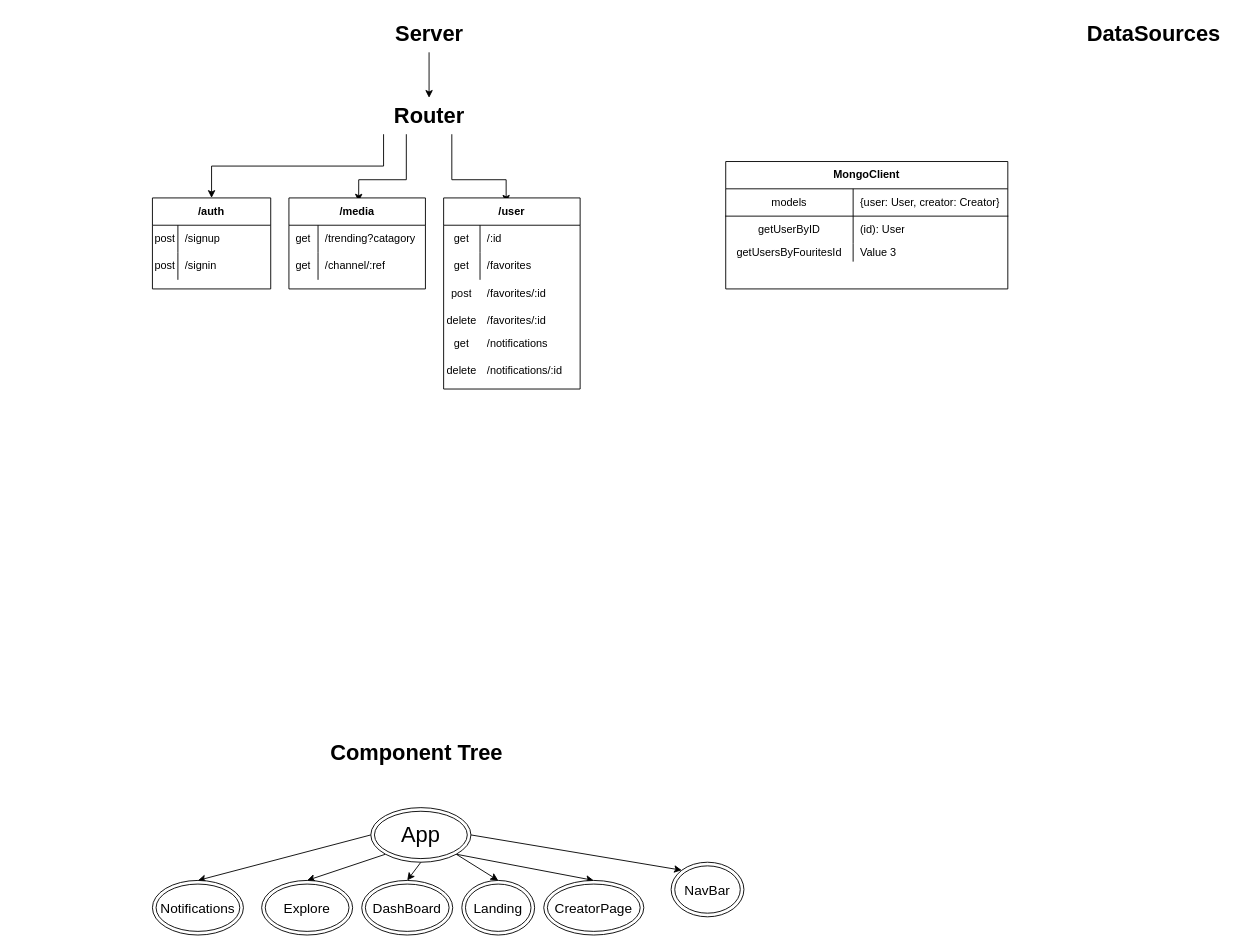
ameliawalcek/WEBOX keeps this draw.io diagram as webox.drawio. Above is the earlier version. Source tidied: cells renumbered, new cells numbered last; positions are measured from the earlier drawing's top-left corner, leaving out a move shared by most shapes. Both pictures are drawn from the tidied source at 91%, with x=0, y=0 at pixel (152, 15).
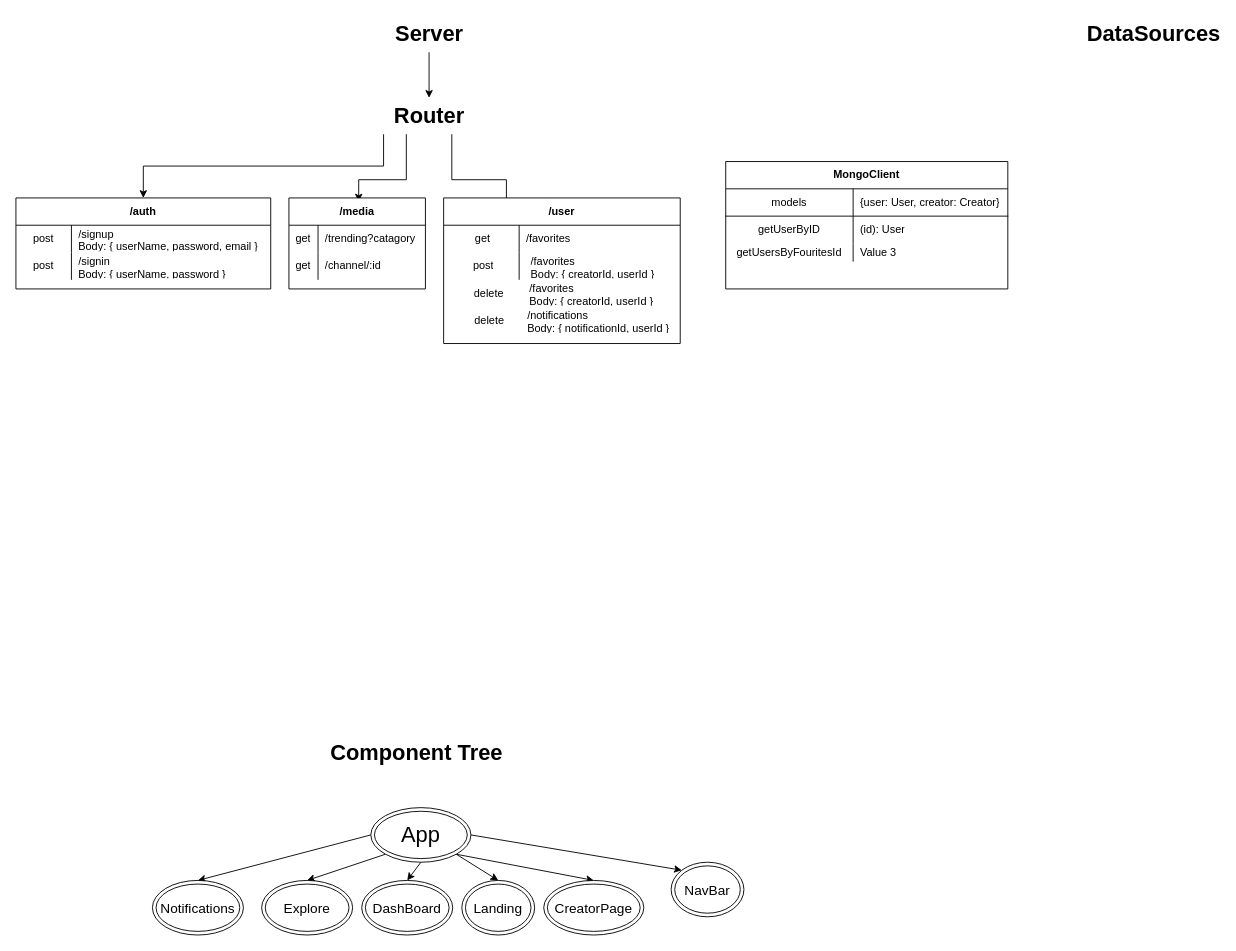
After the change.

The change refers to these unchanged cells:
```xml
<mxCell id="19" style="shape=partialRectangle;html=1;whiteSpace=wrap;fillColor=none;top=0;left=0;bottom=0;right=0;" parent="15" vertex="1">
  <mxGeometry y="60" width="150" height="30" as="geometry" />
</mxCell>
```

What changed in the source:
```diff
@@
     <mxCell id="8" value="/auth" style="shape=table;html=1;whiteSpace=wrap;startSize=30;childLayout=tableLayout;rowLines=0;fontStyle=1;align=center;" parent="1" vertex="1">
-      <mxGeometry y="200" width="130" height="100" as="geometry" />
+      <mxGeometry x="-150" y="200" width="280" height="100" as="geometry" />
     </mxCell>
     <mxCell id="9" style="shape=partialRectangle;html=1;whiteSpace=wrap;fillColor=none;top=0;left=0;bottom=0;right=0;" parent="8" vertex="1">
-      <mxGeometry y="30" width="130" height="30" as="geometry" />
+      <mxGeometry y="30" width="280" height="30" as="geometry" />
     </mxCell>
     <mxCell id="10" value="post" style="shape=partialRectangle;html=1;whiteSpace=wrap;fillColor=none;top=0;left=0;bottom=0;right=0;overflow=hidden;" parent="9" vertex="1">
-      <mxGeometry width="28" height="30" as="geometry" />
+      <mxGeometry width="61" height="30" as="geometry" />
     </mxCell>
-    <mxCell id="11" value="/signup" style="shape=partialRectangle;html=1;whiteSpace=wrap;fillColor=none;top=0;left=0;bottom=0;right=0;align=left;spacingLeft=6;overflow=hidden;" parent="9" vertex="1">
-      <mxGeometry x="28" width="102" height="30" as="geometry" />
+    <mxCell id="11" value="/signup&lt;br&gt;Body: { userName, password, email }" style="shape=partialRectangle;html=1;whiteSpace=wrap;fillColor=none;top=0;left=0;bottom=0;right=0;align=left;spacingLeft=6;overflow=hidden;" parent="9" vertex="1">
+      <mxGeometry x="61" width="219" height="30" as="geometry" />
     </mxCell>
     <mxCell id="12" style="shape=partialRectangle;html=1;whiteSpace=wrap;fillColor=none;top=0;left=0;bottom=0;right=0;" parent="8" vertex="1">
-      <mxGeometry y="60" width="130" height="30" as="geometry" />
+      <mxGeometry y="60" width="280" height="30" as="geometry" />
     </mxCell>
     <mxCell id="13" value="post" style="shape=partialRectangle;html=1;whiteSpace=wrap;fillColor=none;top=0;left=0;bottom=0;right=0;overflow=hidden;" parent="12" vertex="1">
-      <mxGeometry width="28" height="30" as="geometry" />
+      <mxGeometry width="61" height="30" as="geometry" />
     </mxCell>
-    <mxCell id="14" value="/signin" style="shape=partialRectangle;html=1;whiteSpace=wrap;fillColor=none;top=0;left=0;bottom=0;right=0;align=left;spacingLeft=6;overflow=hidden;" parent="12" vertex="1">
-      <mxGeometry x="28" width="102" height="30" as="geometry" />
+    <mxCell id="14" value="/signin&lt;br&gt;Body: { userName, password }" style="shape=partialRectangle;html=1;whiteSpace=wrap;fillColor=none;top=0;left=0;bottom=0;right=0;align=left;spacingLeft=6;overflow=hidden;" parent="12" vertex="1">
+      <mxGeometry x="61" width="219" height="30" as="geometry" />
     </mxCell>
@@
-    <mxCell id="21" value="/channel/:ref" style="shape=partialRectangle;html=1;whiteSpace=wrap;fillColor=none;top=0;left=0;bottom=0;right=0;align=left;spacingLeft=6;overflow=hidden;" parent="19" vertex="1">
+    <mxCell id="21" value="/channel/:id" style="shape=partialRectangle;html=1;whiteSpace=wrap;fillColor=none;top=0;left=0;bottom=0;right=0;align=left;spacingLeft=6;overflow=hidden;" parent="19" vertex="1">
       <mxGeometry x="32" width="118" height="30" as="geometry" />
     </mxCell>
@@
-    <mxCell id="34" value="/user" style="shape=table;html=1;whiteSpace=wrap;startSize=30;childLayout=tableLayout;rowLines=0;fontStyle=1;align=center;" parent="1" vertex="1">
-      <mxGeometry x="320" y="200" width="150" height="210" as="geometry" />
-    </mxCell>
-    <mxCell id="35" style="shape=partialRectangle;html=1;whiteSpace=wrap;fillColor=none;top=0;left=0;bottom=0;right=0;" parent="34" vertex="1">
-      <mxGeometry y="30" width="150" height="30" as="geometry" />
-    </mxCell>
-    <mxCell id="36" value="get" style="shape=partialRectangle;html=1;whiteSpace=wrap;fillColor=none;top=0;left=0;bottom=0;right=0;overflow=hidden;" parent="35" vertex="1">
-      <mxGeometry width="40" height="30" as="geometry" />
-    </mxCell>
-    <mxCell id="37" value="/:id" style="shape=partialRectangle;html=1;whiteSpace=wrap;fillColor=none;top=0;left=0;bottom=0;right=0;align=left;spacingLeft=6;overflow=hidden;" parent="35" vertex="1">
-      <mxGeometry x="40" width="110" height="30" as="geometry" />
-    </mxCell>
-    <mxCell id="38" style="shape=partialRectangle;html=1;whiteSpace=wrap;fillColor=none;top=0;left=0;bottom=0;right=0;" parent="34" vertex="1">
-      <mxGeometry y="60" width="150" height="30" as="geometry" />
-    </mxCell>
-    <mxCell id="39" value="get" style="shape=partialRectangle;html=1;whiteSpace=wrap;fillColor=none;top=0;left=0;bottom=0;right=0;overflow=hidden;" parent="38" vertex="1">
-      <mxGeometry width="40" height="30" as="geometry" />
-    </mxCell>
-    <mxCell id="40" value="/favorites" style="shape=partialRectangle;html=1;whiteSpace=wrap;fillColor=none;top=0;left=0;bottom=0;right=0;align=left;spacingLeft=6;overflow=hidden;" parent="38" vertex="1">
-      <mxGeometry x="40" width="110" height="30" as="geometry" />
-    </mxCell>
-    <mxCell id="41" style="shape=partialRectangle;html=1;whiteSpace=wrap;fillColor=none;top=0;left=0;bottom=0;right=0;" parent="1" vertex="1">
-      <mxGeometry x="320" y="345" width="150" height="30" as="geometry" />
-    </mxCell>
-    <mxCell id="42" value="get" style="shape=partialRectangle;html=1;whiteSpace=wrap;fillColor=none;top=0;left=0;bottom=0;right=0;overflow=hidden;" parent="41" vertex="1">
-      <mxGeometry width="40" height="30" as="geometry" />
-    </mxCell>
-    <mxCell id="43" value="/notifications" style="shape=partialRectangle;html=1;whiteSpace=wrap;fillColor=none;top=0;left=0;bottom=0;right=0;align=left;spacingLeft=6;overflow=hidden;" parent="41" vertex="1">
-      <mxGeometry x="40" width="118" height="30" as="geometry" />
-    </mxCell>
     <mxCell id="44" style="shape=partialRectangle;html=1;whiteSpace=wrap;fillColor=none;top=0;left=0;bottom=0;right=0;" parent="1" vertex="1">
-      <mxGeometry x="320" y="290" width="150" height="30" as="geometry" />
+      <mxGeometry x="320" y="260" width="330" height="30" as="geometry" />
     </mxCell>
     <mxCell id="45" value="post" style="shape=partialRectangle;html=1;whiteSpace=wrap;fillColor=none;top=0;left=0;bottom=0;right=0;overflow=hidden;" parent="44" vertex="1">
-      <mxGeometry width="40" height="30" as="geometry" />
+      <mxGeometry width="88" height="30" as="geometry" />
     </mxCell>
-    <mxCell id="46" value="/favorites/:id" style="shape=partialRectangle;html=1;whiteSpace=wrap;fillColor=none;top=0;left=0;bottom=0;right=0;align=left;spacingLeft=6;overflow=hidden;" parent="44" vertex="1">
-      <mxGeometry x="40" width="118" height="30" as="geometry" />
+    <mxCell id="46" value="/favorites&lt;br&gt;Body: { creatorId, userId }" style="shape=partialRectangle;html=1;whiteSpace=wrap;fillColor=none;top=0;left=0;bottom=0;right=0;align=left;spacingLeft=6;overflow=hidden;" parent="44" vertex="1">
+      <mxGeometry x="88" width="259.6" height="30" as="geometry" />
     </mxCell>
     <mxCell id="47" style="shape=partialRectangle;html=1;whiteSpace=wrap;fillColor=none;top=0;left=0;bottom=0;right=0;" parent="1" vertex="1">
-      <mxGeometry x="320" y="320" width="150" height="30" as="geometry" />
+      <mxGeometry x="350" y="290" width="320" height="30" as="geometry" />
     </mxCell>
@@
-    <mxCell id="49" value="/favorites/:id" style="shape=partialRectangle;html=1;whiteSpace=wrap;fillColor=none;top=0;left=0;bottom=0;right=0;align=left;spacingLeft=6;overflow=hidden;" parent="47" vertex="1">
-      <mxGeometry x="40" width="118" height="30" as="geometry" />
+    <mxCell id="49" value="&amp;nbsp; &amp;nbsp; &amp;nbsp;/favorites&lt;br&gt;&amp;nbsp; &amp;nbsp; &amp;nbsp;Body: { creatorId, userId }" style="shape=partialRectangle;html=1;whiteSpace=wrap;fillColor=none;top=0;left=0;bottom=0;right=0;align=left;spacingLeft=6;overflow=hidden;" parent="47" vertex="1">
+      <mxGeometry x="40" width="280" height="30" as="geometry" />
     </mxCell>
     <mxCell id="50" style="shape=partialRectangle;html=1;whiteSpace=wrap;fillColor=none;top=0;left=0;bottom=0;right=0;" parent="1" vertex="1">
-      <mxGeometry x="320" y="375" width="150" height="30" as="geometry" />
+      <mxGeometry x="340" y="320" width="230" height="30" as="geometry" />
     </mxCell>
     <mxCell id="51" value="delete" style="shape=partialRectangle;html=1;whiteSpace=wrap;fillColor=none;top=0;left=0;bottom=0;right=0;overflow=hidden;" parent="50" vertex="1">
-      <mxGeometry width="40" height="30" as="geometry" />
+      <mxGeometry width="61.3" height="30" as="geometry" />
     </mxCell>
-    <mxCell id="52" value="/notifications/:id" style="shape=partialRectangle;html=1;whiteSpace=wrap;fillColor=none;top=0;left=0;bottom=0;right=0;align=left;spacingLeft=6;overflow=hidden;" parent="50" vertex="1">
-      <mxGeometry x="40" width="118" height="30" as="geometry" />
+    <mxCell id="52" value="&amp;nbsp;/notifications&lt;br&gt;&amp;nbsp;Body: { notificationId, userId }" style="shape=partialRectangle;html=1;whiteSpace=wrap;fillColor=none;top=0;left=0;bottom=0;right=0;align=left;spacingLeft=6;overflow=hidden;" parent="50" vertex="1">
+      <mxGeometry x="61.3" width="180.9" height="30" as="geometry" />
     </mxCell>
+    <mxCell id="34" value="/user" style="shape=table;html=1;whiteSpace=wrap;startSize=30;childLayout=tableLayout;rowLines=0;fontStyle=1;align=center;" parent="1" vertex="1">
+      <mxGeometry x="320" y="200" width="260" height="160" as="geometry" />
+    </mxCell>
+    <mxCell id="38" style="shape=partialRectangle;html=1;whiteSpace=wrap;fillColor=none;top=0;left=0;bottom=0;right=0;" parent="34" vertex="1">
+      <mxGeometry y="30" width="260" height="30" as="geometry" />
+    </mxCell>
+    <mxCell id="39" value="&amp;nbsp;get" style="shape=partialRectangle;html=1;whiteSpace=wrap;fillColor=none;top=0;left=0;bottom=0;right=0;overflow=hidden;" parent="38" vertex="1">
+      <mxGeometry width="83" height="30" as="geometry" />
+    </mxCell>
+    <mxCell id="40" value="/favorites" style="shape=partialRectangle;html=1;whiteSpace=wrap;fillColor=none;top=0;left=0;bottom=0;right=0;align=left;spacingLeft=6;overflow=hidden;" parent="38" vertex="1">
+      <mxGeometry x="83" width="177" height="30" as="geometry" />
+    </mxCell>
+    <mxCell id="35" style="shape=partialRectangle;html=1;whiteSpace=wrap;fillColor=none;top=0;left=0;bottom=0;right=0;" parent="34" vertex="1">
+      <mxGeometry y="60" width="260" height="30" as="geometry" />
+    </mxCell>
+    <mxCell id="36" style="shape=partialRectangle;html=1;whiteSpace=wrap;fillColor=none;top=0;left=0;bottom=0;right=0;overflow=hidden;" parent="35" vertex="1">
+      <mxGeometry width="83" height="30" as="geometry" />
+    </mxCell>
+    <mxCell id="37" style="shape=partialRectangle;html=1;whiteSpace=wrap;fillColor=none;top=0;left=0;bottom=0;right=0;align=left;spacingLeft=6;overflow=hidden;" parent="35" vertex="1">
+      <mxGeometry x="83" width="177" height="30" as="geometry" />
+    </mxCell>
```
